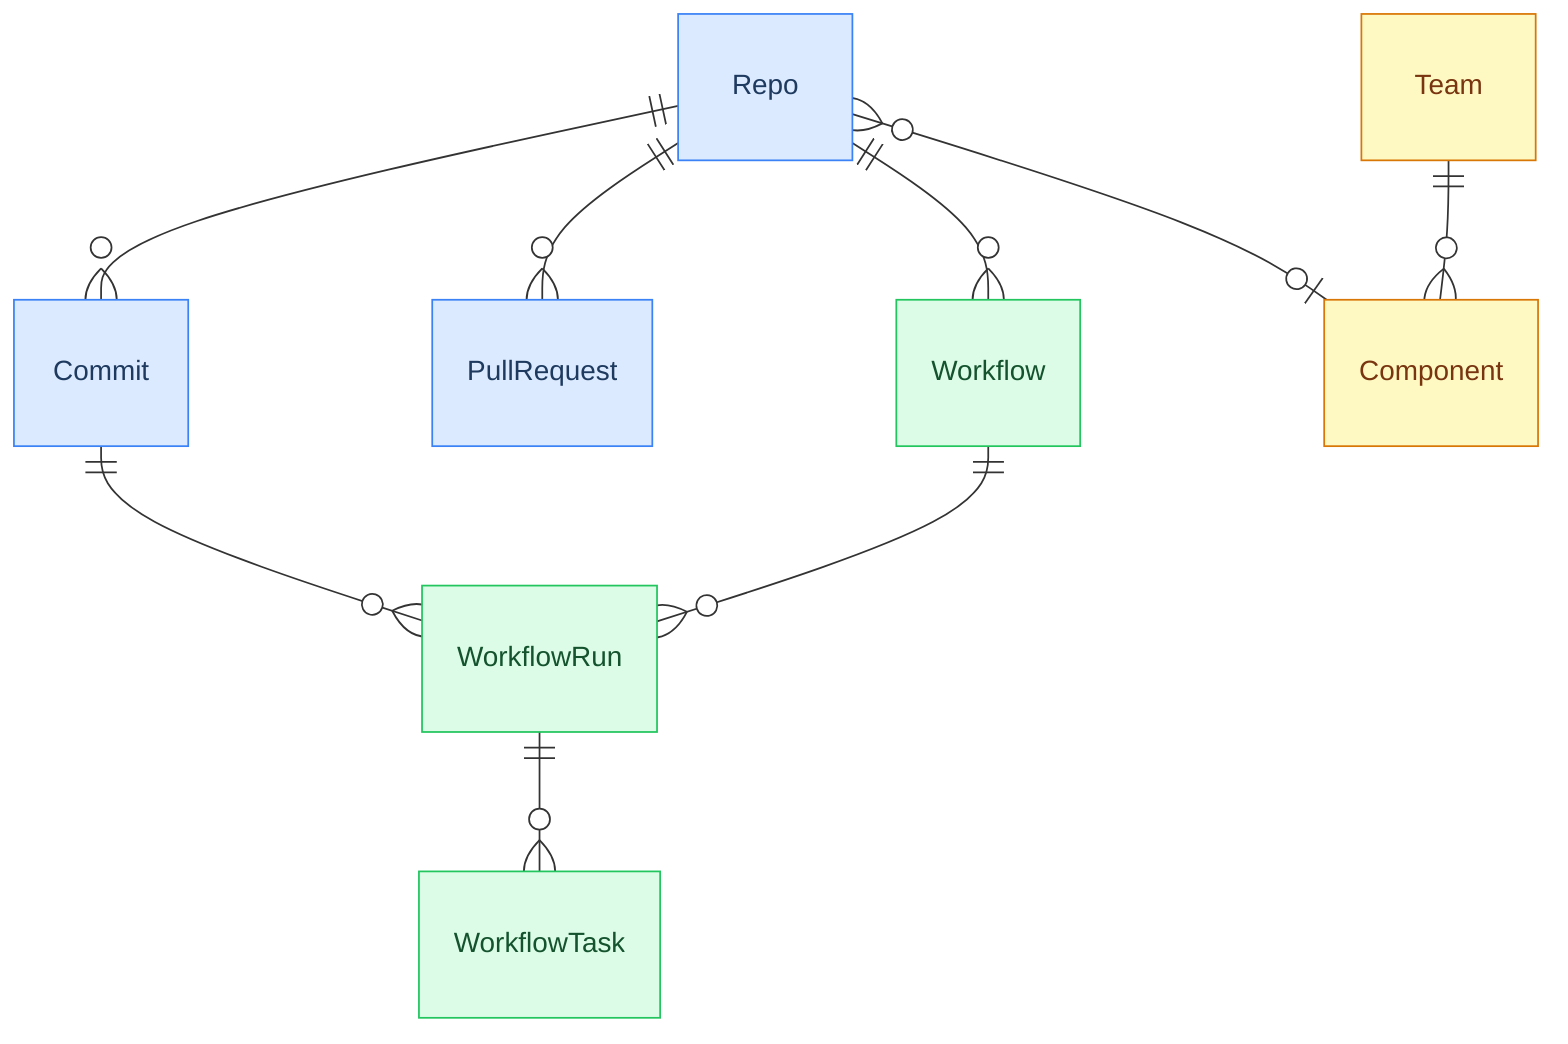
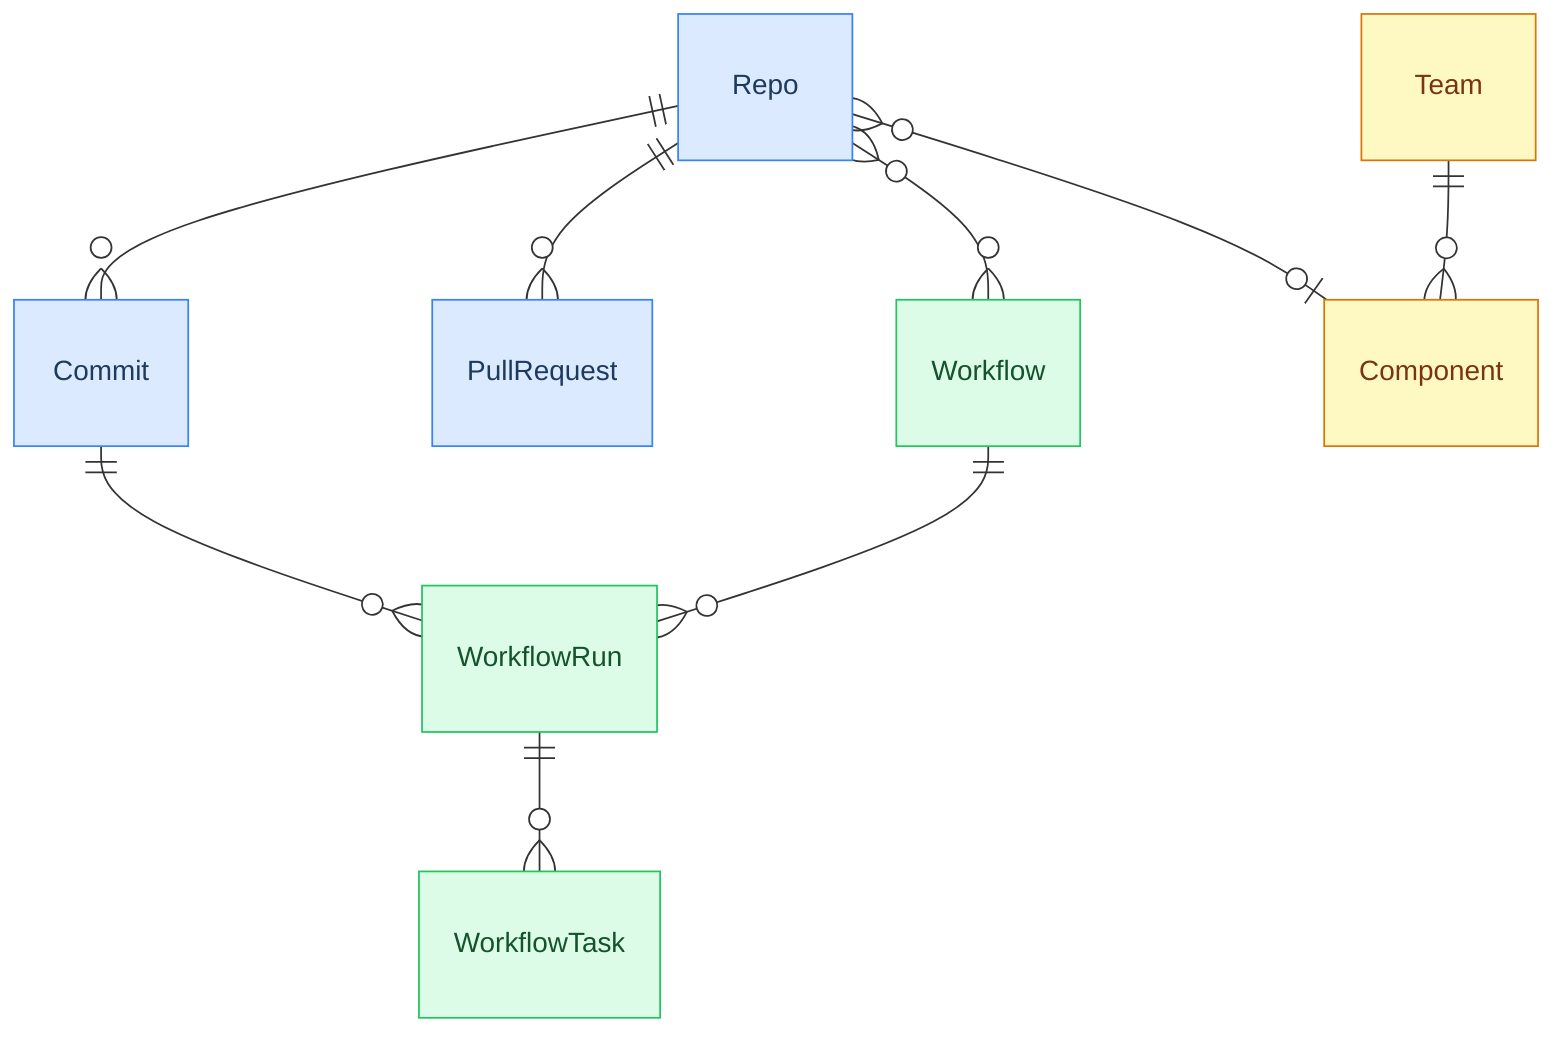
erDiagram
    Repo:::vcs
    Commit:::vcs
    PullRequest:::vcs
    Workflow:::ci
    WorkflowRun:::ci
    WorkflowTask:::ci
    Team:::org
    Component:::org

    Repo        ||--o{ Commit            : ""
    Repo        ||--o{ PullRequest       : ""
-     Repo        ||--o{ Workflow          : ""
+     Repo        }o--o{ Workflow          : ""
    Workflow    ||--o{ WorkflowRun       : ""
    WorkflowRun ||--o{ WorkflowTask      : ""
    Commit      ||--o{ WorkflowRun       : ""
    Team        ||--o{ Component         : ""
    Repo        }o--o| Component         : ""

    classDef vcs fill:#dbeafe,stroke:#3b82f6,color:#1e3a5f
    classDef ci  fill:#dcfce7,stroke:#22c55e,color:#14532d
    classDef org fill:#fef9c3,stroke:#d97706,color:#78350f
